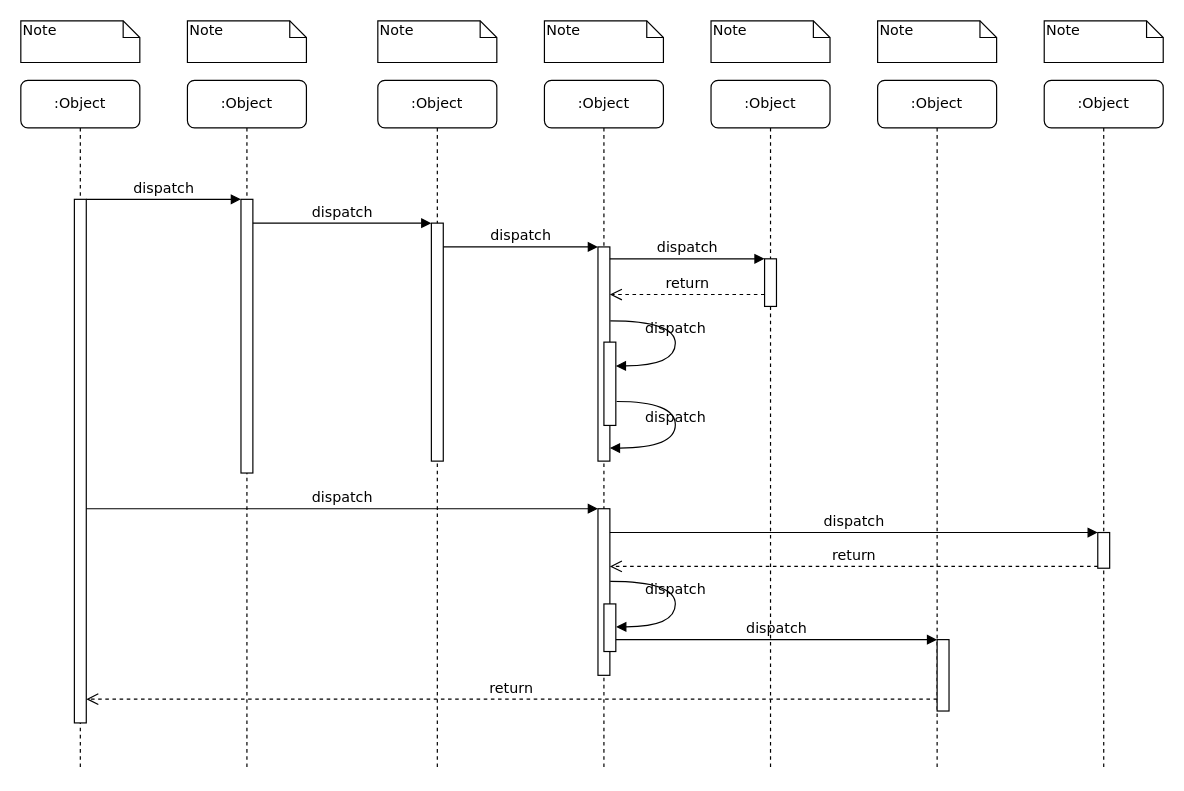
This is Diagrama sin título.drawio from andreamorenom/Laboratorio-Empresarial, a draw.io file, before an edit. Source tidied: cells renumbered, new cells numbered last; positions are measured from the earlier drawing's top-left corner, leaving out a move shared by most shapes. Both pictures are drawn from the tidied source at 119%, with x=0, y=0 at pixel (20, 20).
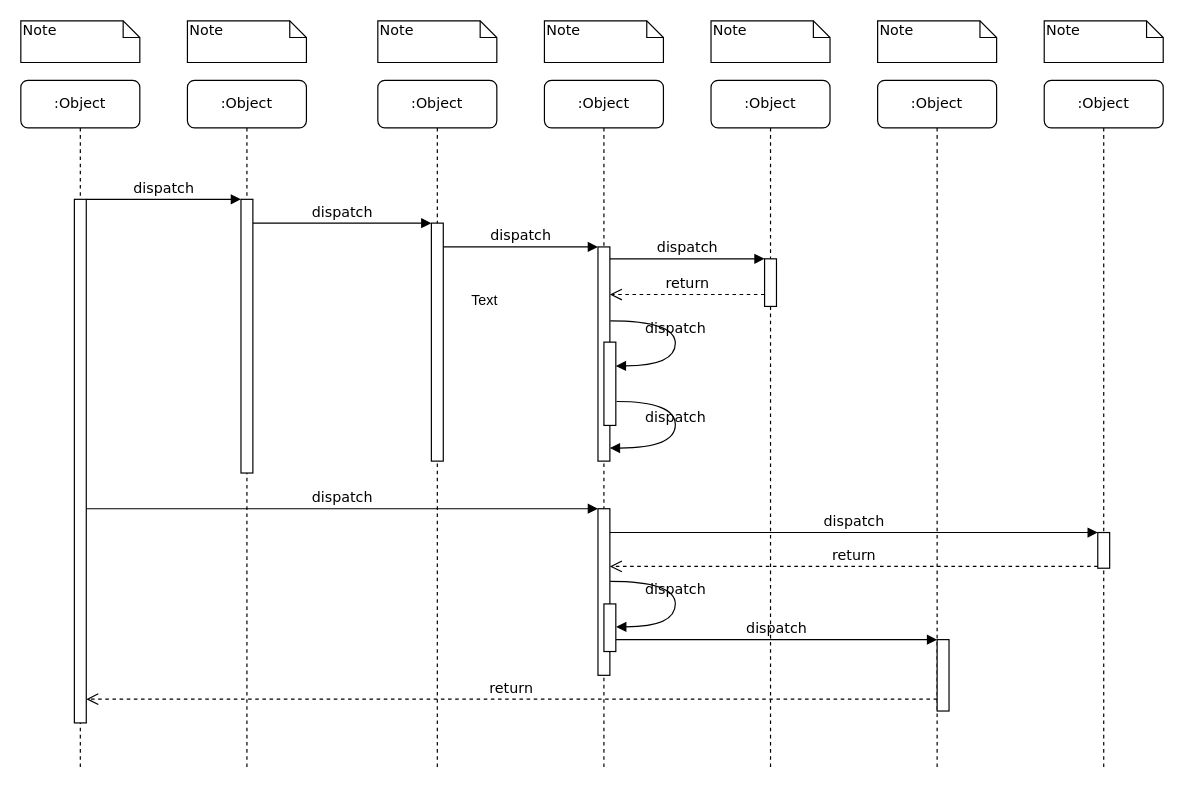
The same diagram, later.

Change to the diagram source:
```diff
@@
+    <mxCell id="39" value="Text" style="text;strokeColor=none;align=center;fillColor=none;html=1;verticalAlign=middle;whiteSpace=wrap;rounded=0;" parent="1" vertex="1">
+      <mxGeometry x="360" y="220" width="60" height="30" as="geometry" />
+    </mxCell>
```
